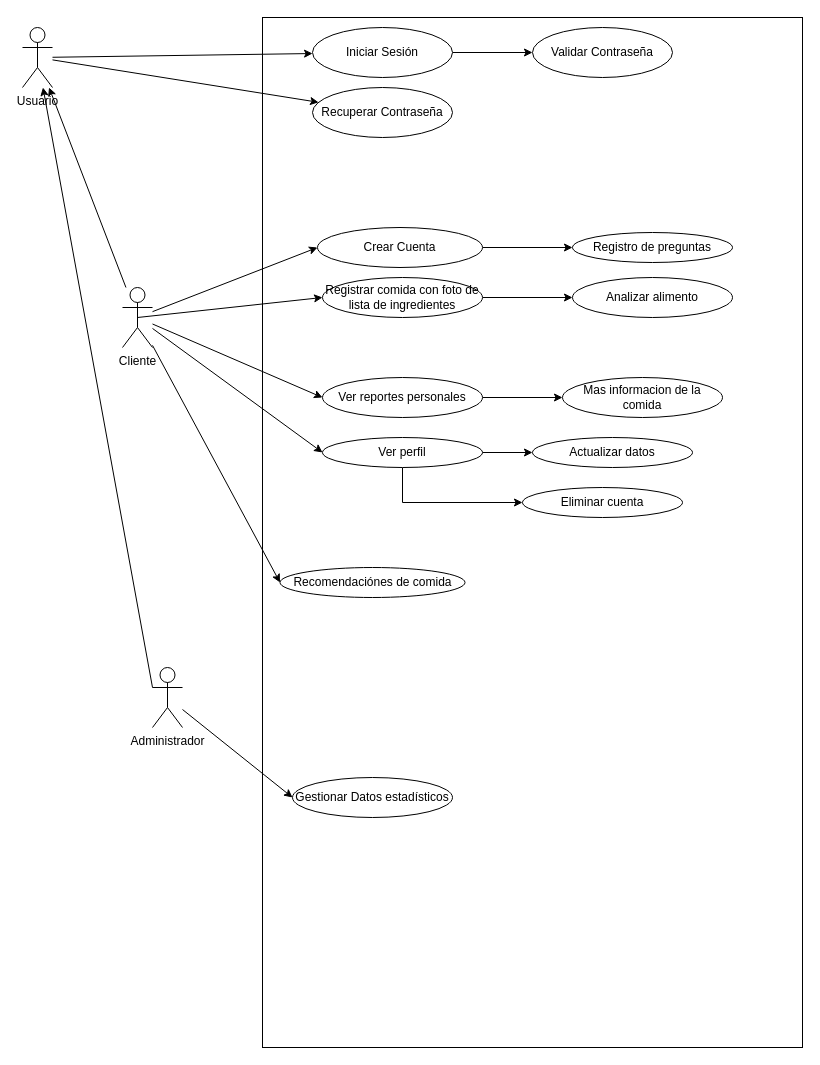
Earlier version of the draw.io diagram page "Caso de Uso General" (1 of 17) of Fase2/Evidencias Proyecto/Presentacion Proyecto/Evidencias de documentación según metodología utiizada/casos de uso.drawio (SunsetDs/Proyecto_portafolio_titulo). Source tidied: cells renumbered, new cells numbered last; positions are measured from the earlier drawing's top-left corner, leaving out a move shared by most shapes. Both pictures are drawn from the tidied source at 100%, with x=0, y=0 at pixel (22, 17).
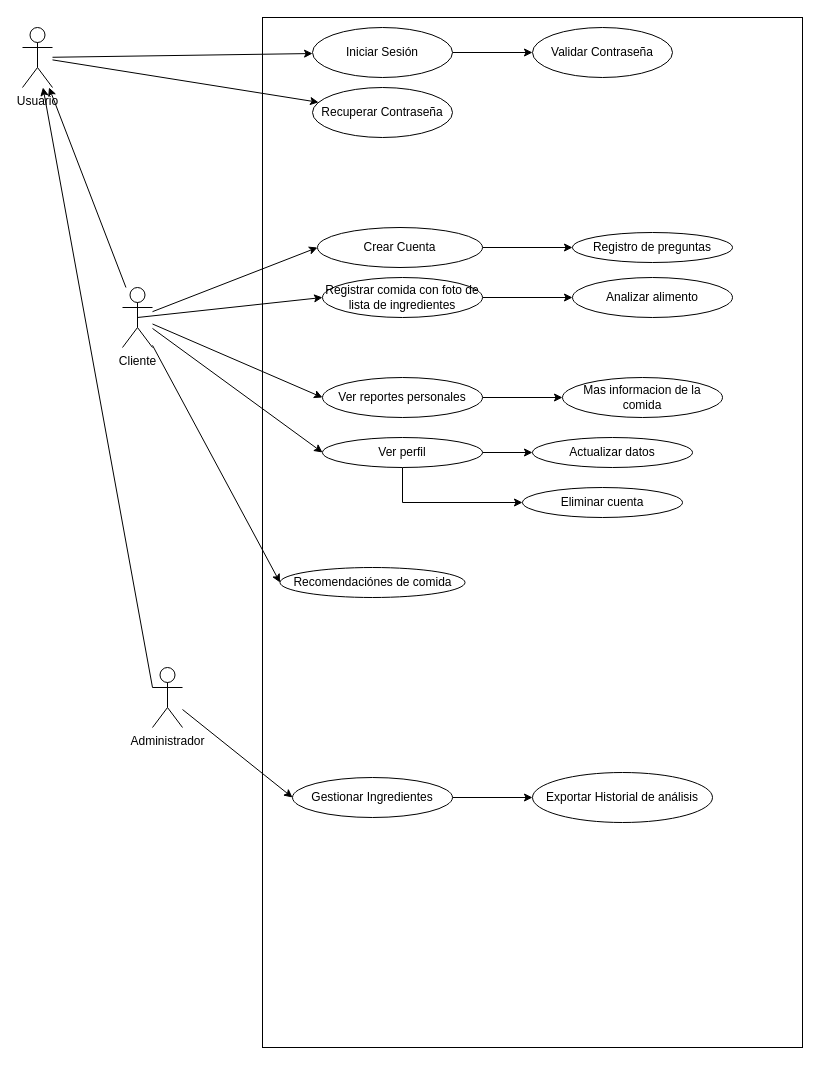
Above is the later version.

Change to the diagram source:
```diff
@@
+    <mxCell id="36" style="edgeStyle=orthogonalEdgeStyle;rounded=0;jettySize=auto;html=1;" parent="1" edge="1" source="26" target="37">
+      <mxGeometry relative="1" as="geometry" />
+    </mxCell>
-    <mxCell id="26" value="Gestionar&amp;nbsp;Datos estadísticos" style="ellipse;whiteSpace=wrap;html=1;" parent="1" vertex="1">
+    <mxCell id="26" value="Gestionar Ingredientes" style="ellipse;whiteSpace=wrap;html=1;" parent="1" vertex="1">
       <mxGeometry x="270" y="760" width="160" height="40" as="geometry" />
     </mxCell>
@@
+    <mxCell id="37" value="Exportar Historial de análisis" style="ellipse;whiteSpace=wrap;html=1;" parent="1" vertex="1">
+      <mxGeometry x="510" y="755" width="180" height="50" as="geometry" />
+    </mxCell>
```
